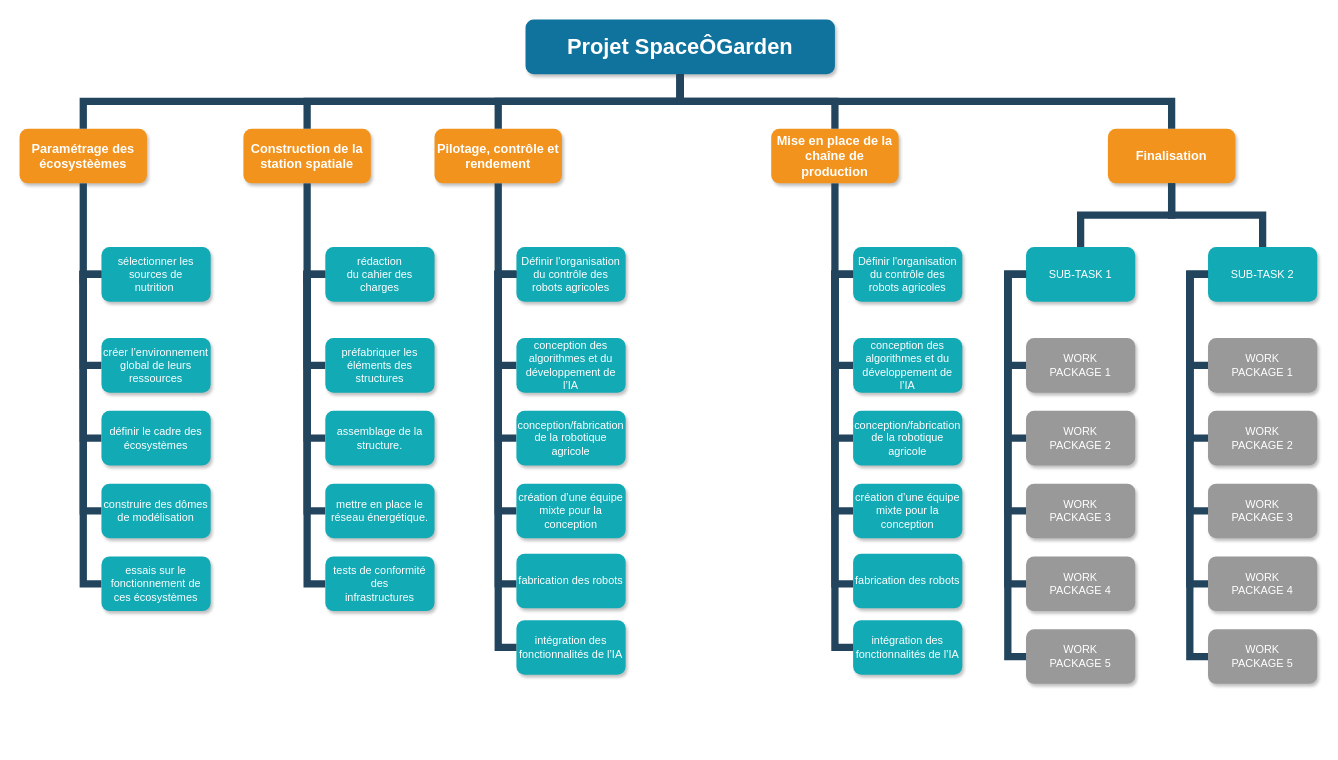
This is WBS.drawio from tom-cechura/testrepo, a draw.io file, before an edit. Source tidied: cells renumbered, new cells numbered last; positions are measured from the earlier drawing's top-left corner, leaving out a move shared by most shapes. Both pictures are drawn from the tidied source at 91%, with x=0, y=0 at pixel (19, 19).
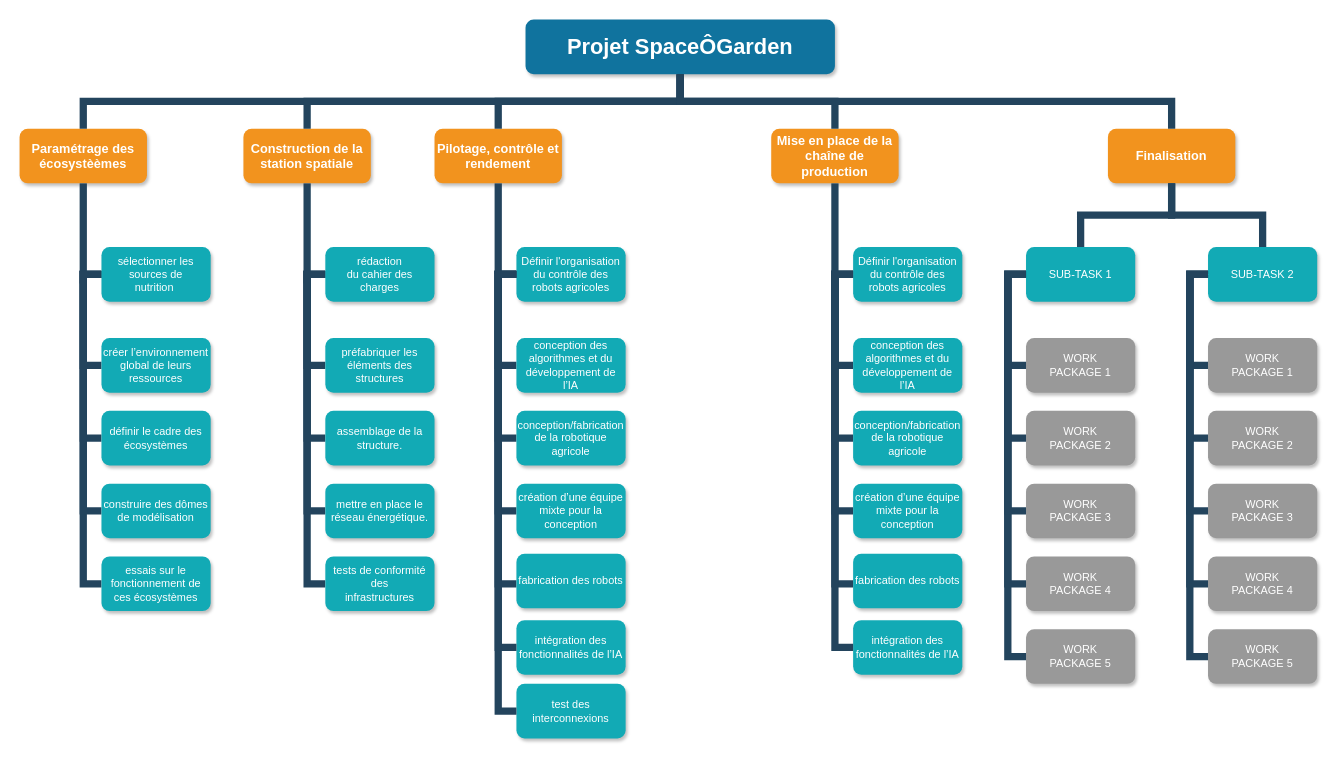
The same diagram, later.

Unchanged cells that the change refers to:
```xml
<mxCell id="63" value="Définir l'organisation du contrôle des robots agricoles" style="whiteSpace=wrap;rounded=1;fillColor=#12AAB5;strokeColor=none;shadow=1;fontColor=#FFFFFF;" parent="1" vertex="1">
  <mxGeometry x="546" y="250" width="120" height="60" as="geometry" />
</mxCell>
```

What changed in the source:
```diff
@@
+    <mxCell id="81" value="test des interconnexions" style="whiteSpace=wrap;rounded=1;fillColor=#12AAB5;strokeColor=none;shadow=1;fontColor=#FFFFFF;" parent="1" vertex="1">
+      <mxGeometry x="546" y="730" width="120" height="60" as="geometry" />
+    </mxCell>
+    <mxCell id="82" style="edgeStyle=elbowEdgeStyle;elbow=horizontal;rounded=0;fontColor=#000000;endArrow=none;endFill=0;strokeWidth=8;strokeColor=#23445D;entryX=0;entryY=0.5;entryDx=0;entryDy=0;exitX=0;exitY=0.5;exitDx=0;exitDy=0;" parent="1" edge="1" source="63" target="81">
+      <mxGeometry relative="1" as="geometry">
+        <Array as="points">
+          <mxPoint x="526" y="430" />
+        </Array>
+      </mxGeometry>
+    </mxCell>
```
